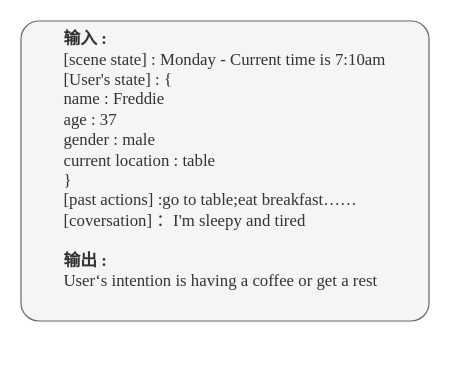
Before: 意图推理阶段的prompt.drawio in Rinco1018/project_test, a draw.io diagram. Source tidied: cells renumbered, new cells numbered last; positions are measured from the earlier drawing's top-left corner, leaving out a move shared by most shapes. Both pictures are drawn from the tidied source at 120%, with x=0, y=0 at pixel (20, 20).
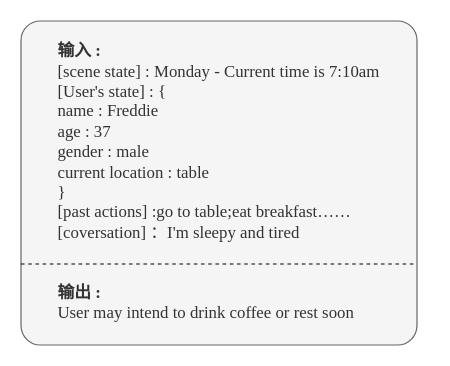
After the change.

Commit message (it also covers changes not shown here):
更新意图推理阶段的prompt.drawio

Diff of the diagram source:
```diff
@@
 <mxGraphModel>
   <root>
     <mxCell id="0" />
     <mxCell id="1" parent="0" />
-    <mxCell id="2" value="&lt;div style=&quot;&quot;&gt;&lt;div style=&quot;text-align: left;&quot;&gt;&lt;b style=&quot;background-color: transparent; color: light-dark(rgb(51, 51, 51), rgb(193, 193, 193));&quot;&gt;&lt;font style=&quot;font-size: 14px;&quot; face=&quot;Times New Roman&quot;&gt;输入 :&lt;/font&gt;&lt;/b&gt;&lt;/div&gt;&lt;div style=&quot;text-align: left;&quot;&gt;&lt;font style=&quot;font-size: 14px;&quot; face=&quot;Times New Roman&quot;&gt;[scene state] : Monday - Current time is 7:10am&lt;/font&gt;&lt;/div&gt;&lt;div style=&quot;text-align: left;&quot;&gt;&lt;font style=&quot;font-size: 14px;&quot; face=&quot;Times New Roman&quot;&gt;[User's state] : {&lt;/font&gt;&lt;/div&gt;&lt;div style=&quot;&quot;&gt;&lt;div style=&quot;text-align: left;&quot;&gt;&lt;font style=&quot;font-size: 14px;&quot; face=&quot;Times New Roman&quot;&gt;name : Freddie&lt;/font&gt;&lt;/div&gt;&lt;div style=&quot;text-align: left;&quot;&gt;&lt;font style=&quot;font-size: 14px;&quot; face=&quot;Times New Roman&quot;&gt;age : 37&lt;/font&gt;&lt;/div&gt;&lt;div style=&quot;text-align: left;&quot;&gt;&lt;font style=&quot;font-size: 14px;&quot; face=&quot;Times New Roman&quot;&gt;gender : male&lt;/font&gt;&lt;/div&gt;&lt;div style=&quot;text-align: left;&quot;&gt;&lt;span style=&quot;font-family: &amp;quot;Times New Roman&amp;quot;; font-size: 14px;&quot;&gt;current location : table&lt;/span&gt;&lt;font style=&quot;font-size: 14px;&quot; face=&quot;Times New Roman&quot;&gt;&lt;/font&gt;&lt;/div&gt;&lt;div style=&quot;text-align: left;&quot;&gt;&lt;span style=&quot;font-family: &amp;quot;Times New Roman&amp;quot;; font-size: 14px;&quot;&gt;}&lt;/span&gt;&lt;/div&gt;&lt;div style=&quot;text-align: left;&quot;&gt;&lt;font style=&quot;font-size: 14px;&quot; face=&quot;Times New Roman&quot;&gt;[past actions] :&lt;span style=&quot;background-color: transparent; color: light-dark(rgb(51, 51, 51), rgb(193, 193, 193));&quot;&gt;go to table;&lt;/span&gt;&lt;span style=&quot;background-color: transparent; color: light-dark(rgb(51, 51, 51), rgb(193, 193, 193));&quot;&gt;eat breakfast……&lt;/span&gt;&lt;/font&gt;&lt;/div&gt;&lt;/div&gt;&lt;div style=&quot;text-align: left;&quot;&gt;&lt;font face=&quot;Times New Roman&quot;&gt;&lt;span style=&quot;font-size: 14px;&quot;&gt;[coversation] ：&lt;/span&gt;&lt;/font&gt;&lt;span style=&quot;font-size: 14px; font-family: &amp;quot;Times New Roman&amp;quot;; background-color: transparent; color: light-dark(rgb(51, 51, 51), rgb(193, 193, 193));&quot;&gt;I'm sleepy and tired&lt;/span&gt;&lt;/div&gt;&lt;div style=&quot;text-align: left;&quot;&gt;&lt;span style=&quot;font-size: 14px; font-family: &amp;quot;Times New Roman&amp;quot;; background-color: transparent; color: light-dark(rgb(51, 51, 51), rgb(193, 193, 193));&quot;&gt;&lt;br&gt;&lt;/span&gt;&lt;/div&gt;&lt;div style=&quot;text-align: left;&quot;&gt;&lt;b style=&quot;color: light-dark(rgb(51, 51, 51), rgb(193, 193, 193)); background-color: transparent;&quot;&gt;&lt;font style=&quot;font-size: 14px;&quot; face=&quot;Times New Roman&quot;&gt;输出 :&lt;/font&gt;&lt;/b&gt;&lt;span style=&quot;font-size: 14px; font-family: &amp;quot;Times New Roman&amp;quot;; background-color: transparent; color: light-dark(rgb(51, 51, 51), rgb(193, 193, 193));&quot;&gt;&lt;/span&gt;&lt;/div&gt;&lt;div style=&quot;text-align: left;&quot;&gt;&lt;span style=&quot;color: light-dark(rgb(51, 51, 51), rgb(193, 193, 193)); background-color: transparent;&quot;&gt;&lt;font style=&quot;font-size: 14px;&quot; face=&quot;Times New Roman&quot;&gt;User‘s intention is having a coffee or get a rest&lt;/font&gt;&lt;/span&gt;&lt;/div&gt;&lt;div style=&quot;text-align: left;&quot;&gt;&lt;span style=&quot;font-size: 14px; font-family: &amp;quot;Times New Roman&amp;quot;; background-color: transparent; color: light-dark(rgb(51, 51, 51), rgb(193, 193, 193));&quot;&gt;&lt;br&gt;&lt;/span&gt;&lt;/div&gt;&lt;/div&gt;" style="rounded=1;arcSize=6;whiteSpace=wrap;html=1;fillColor=#f5f5f5;fontColor=#333333;strokeColor=#666666;" parent="1" vertex="1">
-      <mxGeometry width="340" height="250" as="geometry" />
+    <mxCell id="2" value="&lt;div style=&quot;&quot;&gt;&lt;div style=&quot;text-align: left;&quot;&gt;&lt;b style=&quot;background-color: transparent; color: light-dark(rgb(51, 51, 51), rgb(193, 193, 193));&quot;&gt;&lt;font style=&quot;font-size: 14px;&quot; face=&quot;Times New Roman&quot;&gt;输入 :&lt;/font&gt;&lt;/b&gt;&lt;/div&gt;&lt;div style=&quot;text-align: left;&quot;&gt;&lt;font style=&quot;font-size: 14px;&quot; face=&quot;Times New Roman&quot;&gt;[scene state] : Monday - Current time is 7:10am&lt;/font&gt;&lt;/div&gt;&lt;div style=&quot;text-align: left;&quot;&gt;&lt;font style=&quot;font-size: 14px;&quot; face=&quot;Times New Roman&quot;&gt;[User's state] : {&lt;/font&gt;&lt;/div&gt;&lt;div style=&quot;&quot;&gt;&lt;div style=&quot;text-align: left;&quot;&gt;&lt;font style=&quot;font-size: 14px;&quot; face=&quot;Times New Roman&quot;&gt;name : Freddie&lt;/font&gt;&lt;/div&gt;&lt;div style=&quot;text-align: left;&quot;&gt;&lt;font style=&quot;font-size: 14px;&quot; face=&quot;Times New Roman&quot;&gt;age : 37&lt;/font&gt;&lt;/div&gt;&lt;div style=&quot;text-align: left;&quot;&gt;&lt;font style=&quot;font-size: 14px;&quot; face=&quot;Times New Roman&quot;&gt;gender : male&lt;/font&gt;&lt;/div&gt;&lt;div style=&quot;text-align: left;&quot;&gt;&lt;span style=&quot;font-family: &amp;quot;Times New Roman&amp;quot;; font-size: 14px;&quot;&gt;current location : table&lt;/span&gt;&lt;font style=&quot;font-size: 14px;&quot; face=&quot;Times New Roman&quot;&gt;&lt;/font&gt;&lt;/div&gt;&lt;div style=&quot;text-align: left;&quot;&gt;&lt;span style=&quot;font-family: &amp;quot;Times New Roman&amp;quot;; font-size: 14px;&quot;&gt;}&lt;/span&gt;&lt;/div&gt;&lt;div style=&quot;text-align: left;&quot;&gt;&lt;font style=&quot;font-size: 14px;&quot; face=&quot;Times New Roman&quot;&gt;[past actions] :&lt;span style=&quot;background-color: transparent; color: light-dark(rgb(51, 51, 51), rgb(193, 193, 193));&quot;&gt;go to table;&lt;/span&gt;&lt;span style=&quot;background-color: transparent; color: light-dark(rgb(51, 51, 51), rgb(193, 193, 193));&quot;&gt;eat breakfast……&lt;/span&gt;&lt;/font&gt;&lt;/div&gt;&lt;/div&gt;&lt;div style=&quot;text-align: left;&quot;&gt;&lt;font face=&quot;Times New Roman&quot;&gt;&lt;span style=&quot;font-size: 14px;&quot;&gt;[coversation] ：&lt;/span&gt;&lt;/font&gt;&lt;span style=&quot;font-size: 14px; font-family: &amp;quot;Times New Roman&amp;quot;; background-color: transparent; color: light-dark(rgb(51, 51, 51), rgb(193, 193, 193));&quot;&gt;I'm sleepy and tired&lt;/span&gt;&lt;/div&gt;&lt;div style=&quot;text-align: left;&quot;&gt;&lt;b style=&quot;background-color: transparent; color: light-dark(rgb(51, 51, 51), rgb(193, 193, 193));&quot;&gt;&lt;font style=&quot;font-size: 14px;&quot; face=&quot;Times New Roman&quot;&gt;&lt;br&gt;&lt;/font&gt;&lt;/b&gt;&lt;/div&gt;&lt;div style=&quot;text-align: left;&quot;&gt;&lt;b style=&quot;background-color: transparent; color: light-dark(rgb(51, 51, 51), rgb(193, 193, 193));&quot;&gt;&lt;font style=&quot;font-size: 14px;&quot; face=&quot;Times New Roman&quot;&gt;&lt;br&gt;&lt;/font&gt;&lt;/b&gt;&lt;/div&gt;&lt;div style=&quot;text-align: left;&quot;&gt;&lt;b style=&quot;background-color: transparent; color: light-dark(rgb(51, 51, 51), rgb(193, 193, 193));&quot;&gt;&lt;font style=&quot;font-size: 14px;&quot; face=&quot;Times New Roman&quot;&gt;输出 :&lt;/font&gt;&lt;/b&gt;&lt;/div&gt;&lt;div style=&quot;text-align: left;&quot;&gt;&lt;font face=&quot;Times New Roman&quot;&gt;&lt;span style=&quot;font-size: 14px;&quot;&gt;User may intend to drink coffee or rest soon&lt;/span&gt;&lt;/font&gt;&lt;/div&gt;&lt;/div&gt;" style="rounded=1;arcSize=6;whiteSpace=wrap;html=1;fillColor=#f5f5f5;fontColor=#333333;strokeColor=#666666;" parent="1" vertex="1">
+      <mxGeometry width="330" height="270" as="geometry" />
     </mxCell>
+    <mxCell id="3" style="endArrow=none;dashed=1;html=1;strokeWidth=1;rounded=0;entryX=1;entryY=0.75;entryDx=0;entryDy=0;exitX=0;exitY=0.75;exitDx=0;exitDy=0;" parent="1" edge="1" source="2" target="2">
+      <mxGeometry relative="1" as="geometry" />
+    </mxCell>
   </root>
 </mxGraphModel>
```
